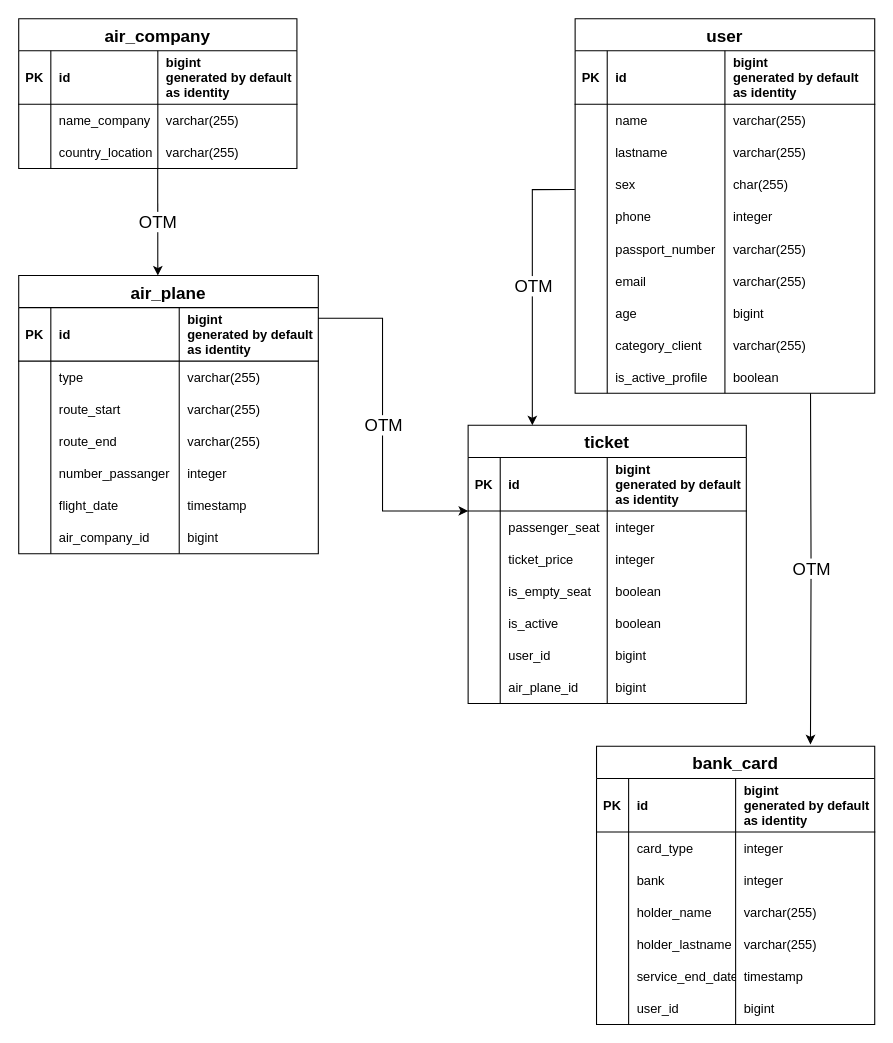
The draw.io diagram Untitled Diagram.drawio in anomalmishka/myProject, before the edit. Source tidied: cells renumbered, new cells numbered last; positions are measured from the earlier drawing's top-left corner, leaving out a move shared by most shapes. Both pictures are drawn from the tidied source at 107%, with x=0, y=0 at pixel (18, 18).
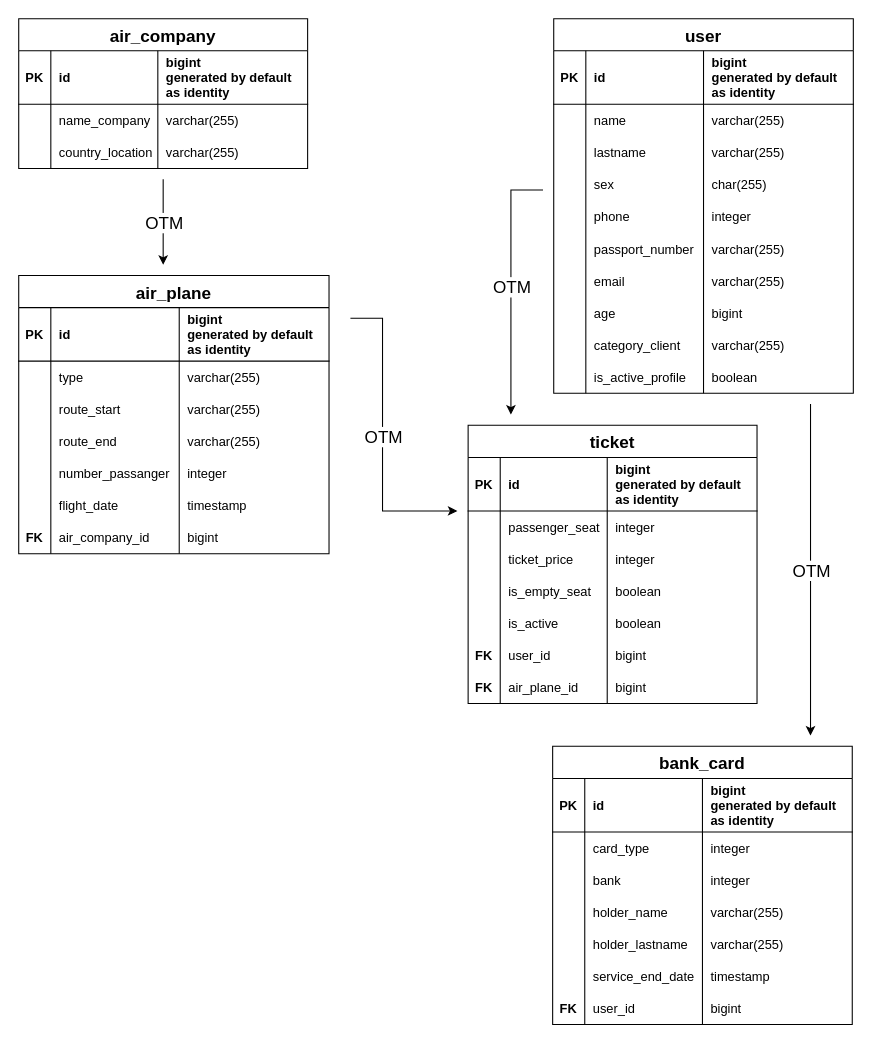
The same page after the edit.

The change refers to these unchanged cells:
```xml
<mxCell id="15" style="shape=partialRectangle;fillColor=none;points=[[0,0.5],[1,0.5]];portConstraint=eastwest;top=0;left=0;right=0;bottom=0;" parent="2" vertex="1">
  <mxGeometry y="140" width="280" height="30" as="geometry" />
</mxCell>
```

Change to the diagram source:
```diff
@@
     <mxCell id="2" value="user" style="shape=table;startSize=30;childLayout=tableLayout;rowLines=0;fontStyle=1;align=center;fontSize=16;" parent="1" vertex="1">
-      <mxGeometry x="520" width="280" height="350" as="geometry" />
+      <mxGeometry x="500" width="280" height="350" as="geometry" />
     </mxCell>
@@
     <mxCell id="43" value="ticket" style="shape=table;startSize=30;childLayout=tableLayout;rowLines=0;fontStyle=1;align=center;fontSize=16;spacing=2;" parent="1" vertex="1">
-      <mxGeometry x="420" y="380" width="260" height="260" as="geometry" />
+      <mxGeometry x="420" y="380" width="270" height="260" as="geometry" />
     </mxCell>
     <mxCell id="44" style="shape=partialRectangle;fillColor=none;top=0;left=0;right=0;bottom=1;" parent="43" vertex="1">
-      <mxGeometry y="30" width="260" height="50" as="geometry" />
+      <mxGeometry y="30" width="270" height="50" as="geometry" />
     </mxCell>
@@
     <mxCell id="47" value="bigint &#10;generated by default &#10;as identity" style="shape=partialRectangle;overflow=hidden;fillColor=none;top=0;left=0;bottom=0;right=0;align=left;spacingLeft=6;fontStyle=1;spacing=2;" parent="44" vertex="1">
-      <mxGeometry x="130" width="130" height="50" as="geometry" />
+      <mxGeometry x="130" width="140" height="50" as="geometry" />
     </mxCell>
     <mxCell id="48" style="shape=partialRectangle;fillColor=none;points=[[0,0.5],[1,0.5]];portConstraint=eastwest;top=0;left=0;right=0;bottom=0;" parent="43" vertex="1">
-      <mxGeometry y="80" width="260" height="30" as="geometry" />
+      <mxGeometry y="80" width="270" height="30" as="geometry" />
     </mxCell>
@@
     <mxCell id="51" value="integer" style="shape=partialRectangle;overflow=hidden;fillColor=none;top=0;left=0;bottom=0;right=0;align=left;spacingLeft=6;fontStyle=0;" parent="48" vertex="1">
-      <mxGeometry x="130" width="130" height="30" as="geometry" />
+      <mxGeometry x="130" width="140" height="30" as="geometry" />
     </mxCell>
     <mxCell id="52" style="shape=partialRectangle;fillColor=none;top=0;left=0;right=0;bottom=0;" parent="43" vertex="1">
-      <mxGeometry y="110" width="260" height="30" as="geometry" />
+      <mxGeometry y="110" width="270" height="30" as="geometry" />
     </mxCell>
@@
     <mxCell id="55" value="integer" style="shape=partialRectangle;overflow=hidden;fillColor=none;top=0;left=0;bottom=0;right=0;align=left;spacingLeft=6;" parent="52" vertex="1">
-      <mxGeometry x="130" width="130" height="30" as="geometry" />
+      <mxGeometry x="130" width="140" height="30" as="geometry" />
     </mxCell>
     <mxCell id="56" style="shape=partialRectangle;fillColor=none;top=0;left=0;right=0;bottom=0;" parent="43" vertex="1">
-      <mxGeometry y="140" width="260" height="30" as="geometry" />
+      <mxGeometry y="140" width="270" height="30" as="geometry" />
     </mxCell>
@@
     <mxCell id="59" value="boolean" style="shape=partialRectangle;overflow=hidden;fillColor=none;top=0;left=0;bottom=0;right=0;align=left;spacingLeft=6;" parent="56" vertex="1">
-      <mxGeometry x="130" width="130" height="30" as="geometry" />
+      <mxGeometry x="130" width="140" height="30" as="geometry" />
     </mxCell>
     <mxCell id="60" style="shape=partialRectangle;fillColor=none;top=0;left=0;right=0;bottom=0;" parent="43" vertex="1">
-      <mxGeometry y="170" width="260" height="30" as="geometry" />
+      <mxGeometry y="170" width="270" height="30" as="geometry" />
     </mxCell>
@@
     <mxCell id="63" value="boolean" style="shape=partialRectangle;overflow=hidden;fillColor=none;top=0;left=0;bottom=0;right=0;align=left;spacingLeft=6;" parent="60" vertex="1">
-      <mxGeometry x="130" width="130" height="30" as="geometry" />
+      <mxGeometry x="130" width="140" height="30" as="geometry" />
     </mxCell>
     <mxCell id="64" style="shape=partialRectangle;fillColor=none;top=0;left=0;right=0;bottom=0;" parent="43" vertex="1">
-      <mxGeometry y="200" width="260" height="30" as="geometry" />
+      <mxGeometry y="200" width="270" height="30" as="geometry" />
     </mxCell>
-    <mxCell id="65" style="shape=partialRectangle;overflow=hidden;fillColor=none;top=0;left=0;bottom=0;right=0;" parent="64" vertex="1">
+    <mxCell id="65" value="FK" style="shape=partialRectangle;overflow=hidden;fillColor=none;top=0;left=0;bottom=0;right=0;fontStyle=1;" parent="64" vertex="1">
       <mxGeometry width="30" height="30" as="geometry" />
     </mxCell>
@@
     <mxCell id="67" value="bigint" style="shape=partialRectangle;overflow=hidden;fillColor=none;top=0;left=0;bottom=0;right=0;align=left;spacingLeft=6;" parent="64" vertex="1">
-      <mxGeometry x="130" width="130" height="30" as="geometry" />
+      <mxGeometry x="130" width="140" height="30" as="geometry" />
     </mxCell>
     <mxCell id="68" style="shape=partialRectangle;fillColor=none;top=0;left=0;right=0;bottom=0;" parent="43" vertex="1">
-      <mxGeometry y="230" width="260" height="30" as="geometry" />
+      <mxGeometry y="230" width="270" height="30" as="geometry" />
     </mxCell>
-    <mxCell id="69" style="shape=partialRectangle;overflow=hidden;fillColor=none;top=0;left=0;bottom=0;right=0;" parent="68" vertex="1">
+    <mxCell id="69" value="FK" style="shape=partialRectangle;overflow=hidden;fillColor=none;top=0;left=0;bottom=0;right=0;fontStyle=1;" parent="68" vertex="1">
       <mxGeometry width="30" height="30" as="geometry" />
     </mxCell>
@@
     <mxCell id="71" value="bigint" style="shape=partialRectangle;overflow=hidden;fillColor=none;top=0;left=0;bottom=0;right=0;align=left;spacingLeft=6;" parent="68" vertex="1">
-      <mxGeometry x="130" width="130" height="30" as="geometry" />
+      <mxGeometry x="130" width="140" height="30" as="geometry" />
     </mxCell>
     <mxCell id="72" value="bank_card" style="shape=table;startSize=30;childLayout=tableLayout;rowLines=0;fontStyle=1;align=center;fontSize=16;spacing=2;" parent="1" vertex="1">
-      <mxGeometry x="540" y="680" width="260" height="260" as="geometry" />
+      <mxGeometry x="499" y="680" width="280" height="260" as="geometry" />
     </mxCell>
     <mxCell id="73" style="shape=partialRectangle;fillColor=none;top=0;left=0;right=0;bottom=1;" parent="72" vertex="1">
-      <mxGeometry y="30" width="260" height="50" as="geometry" />
+      <mxGeometry y="30" width="280" height="50" as="geometry" />
     </mxCell>
@@
     <mxCell id="75" value="id" style="shape=partialRectangle;overflow=hidden;fillColor=none;top=0;left=0;bottom=0;right=0;align=left;spacingLeft=6;fontStyle=1;" parent="73" vertex="1">
-      <mxGeometry x="30" width="100" height="50" as="geometry" />
+      <mxGeometry x="30" width="110" height="50" as="geometry" />
     </mxCell>
     <mxCell id="76" value="bigint &#10;generated by default &#10;as identity" style="shape=partialRectangle;overflow=hidden;fillColor=none;top=0;left=0;bottom=0;right=0;align=left;spacingLeft=6;fontStyle=1;spacing=2;" parent="73" vertex="1">
-      <mxGeometry x="130" width="130" height="50" as="geometry" />
+      <mxGeometry x="140" width="140" height="50" as="geometry" />
     </mxCell>
     <mxCell id="77" style="shape=partialRectangle;fillColor=none;top=0;left=0;right=0;bottom=0;" parent="72" vertex="1">
-      <mxGeometry y="80" width="260" height="30" as="geometry" />
+      <mxGeometry y="80" width="280" height="30" as="geometry" />
     </mxCell>
@@
     <mxCell id="79" value="card_type" style="shape=partialRectangle;overflow=hidden;fillColor=none;top=0;left=0;bottom=0;right=0;align=left;spacingLeft=6;fontStyle=0;" parent="77" vertex="1">
-      <mxGeometry x="30" width="100" height="30" as="geometry" />
+      <mxGeometry x="30" width="110" height="30" as="geometry" />
     </mxCell>
     <mxCell id="80" value="integer" style="shape=partialRectangle;overflow=hidden;fillColor=none;top=0;left=0;bottom=0;right=0;align=left;spacingLeft=6;fontStyle=0;" parent="77" vertex="1">
-      <mxGeometry x="130" width="130" height="30" as="geometry" />
+      <mxGeometry x="140" width="140" height="30" as="geometry" />
     </mxCell>
     <mxCell id="81" style="shape=partialRectangle;fillColor=none;top=0;left=0;right=0;bottom=0;" parent="72" vertex="1">
-      <mxGeometry y="110" width="260" height="30" as="geometry" />
+      <mxGeometry y="110" width="280" height="30" as="geometry" />
     </mxCell>
@@
     <mxCell id="83" value="bank" style="shape=partialRectangle;overflow=hidden;fillColor=none;top=0;left=0;bottom=0;right=0;align=left;spacingLeft=6;" parent="81" vertex="1">
-      <mxGeometry x="30" width="100" height="30" as="geometry" />
+      <mxGeometry x="30" width="110" height="30" as="geometry" />
     </mxCell>
     <mxCell id="84" value="integer" style="shape=partialRectangle;overflow=hidden;fillColor=none;top=0;left=0;bottom=0;right=0;align=left;spacingLeft=6;" parent="81" vertex="1">
-      <mxGeometry x="130" width="130" height="30" as="geometry" />
+      <mxGeometry x="140" width="140" height="30" as="geometry" />
     </mxCell>
     <mxCell id="85" style="shape=partialRectangle;fillColor=none;top=0;left=0;right=0;bottom=0;" parent="72" vertex="1">
-      <mxGeometry y="140" width="260" height="30" as="geometry" />
+      <mxGeometry y="140" width="280" height="30" as="geometry" />
     </mxCell>
@@
     <mxCell id="87" value="holder_name" style="shape=partialRectangle;overflow=hidden;fillColor=none;top=0;left=0;bottom=0;right=0;align=left;spacingLeft=6;" parent="85" vertex="1">
-      <mxGeometry x="30" width="100" height="30" as="geometry" />
+      <mxGeometry x="30" width="110" height="30" as="geometry" />
     </mxCell>
     <mxCell id="88" value="varchar(255)" style="shape=partialRectangle;overflow=hidden;fillColor=none;top=0;left=0;bottom=0;right=0;align=left;spacingLeft=6;" parent="85" vertex="1">
-      <mxGeometry x="130" width="130" height="30" as="geometry" />
+      <mxGeometry x="140" width="140" height="30" as="geometry" />
     </mxCell>
     <mxCell id="89" style="shape=partialRectangle;fillColor=none;top=0;left=0;right=0;bottom=0;" parent="72" vertex="1">
-      <mxGeometry y="170" width="260" height="30" as="geometry" />
+      <mxGeometry y="170" width="280" height="30" as="geometry" />
     </mxCell>
@@
     <mxCell id="91" value="holder_lastname" style="shape=partialRectangle;overflow=hidden;fillColor=none;top=0;left=0;bottom=0;right=0;align=left;spacingLeft=6;" parent="89" vertex="1">
-      <mxGeometry x="30" width="100" height="30" as="geometry" />
+      <mxGeometry x="30" width="110" height="30" as="geometry" />
     </mxCell>
     <mxCell id="92" value="varchar(255)" style="shape=partialRectangle;overflow=hidden;fillColor=none;top=0;left=0;bottom=0;right=0;align=left;spacingLeft=6;" parent="89" vertex="1">
-      <mxGeometry x="130" width="130" height="30" as="geometry" />
+      <mxGeometry x="140" width="140" height="30" as="geometry" />
     </mxCell>
     <mxCell id="93" style="shape=partialRectangle;fillColor=none;top=0;left=0;right=0;bottom=0;" parent="72" vertex="1">
-      <mxGeometry y="200" width="260" height="30" as="geometry" />
+      <mxGeometry y="200" width="280" height="30" as="geometry" />
     </mxCell>
@@
     <mxCell id="95" value="service_end_date" style="shape=partialRectangle;overflow=hidden;fillColor=none;top=0;left=0;bottom=0;right=0;align=left;spacingLeft=6;" parent="93" vertex="1">
-      <mxGeometry x="30" width="100" height="30" as="geometry" />
+      <mxGeometry x="30" width="110" height="30" as="geometry" />
     </mxCell>
     <mxCell id="96" value="timestamp" style="shape=partialRectangle;overflow=hidden;fillColor=none;top=0;left=0;bottom=0;right=0;align=left;spacingLeft=6;" parent="93" vertex="1">
-      <mxGeometry x="130" width="130" height="30" as="geometry" />
+      <mxGeometry x="140" width="140" height="30" as="geometry" />
     </mxCell>
     <mxCell id="97" style="shape=partialRectangle;fillColor=none;top=0;left=0;right=0;bottom=0;" parent="72" vertex="1">
-      <mxGeometry y="230" width="260" height="30" as="geometry" />
+      <mxGeometry y="230" width="280" height="30" as="geometry" />
     </mxCell>
-    <mxCell id="98" style="shape=partialRectangle;overflow=hidden;fillColor=none;top=0;left=0;bottom=0;right=0;" parent="97" vertex="1">
+    <mxCell id="98" value="FK" style="shape=partialRectangle;overflow=hidden;fillColor=none;top=0;left=0;bottom=0;right=0;fontStyle=1;" parent="97" vertex="1">
       <mxGeometry width="30" height="30" as="geometry" />
     </mxCell>
     <mxCell id="99" value="user_id" style="shape=partialRectangle;overflow=hidden;fillColor=none;top=0;left=0;bottom=0;right=0;align=left;spacingLeft=6;" parent="97" vertex="1">
-      <mxGeometry x="30" width="100" height="30" as="geometry" />
+      <mxGeometry x="30" width="110" height="30" as="geometry" />
     </mxCell>
     <mxCell id="100" value="bigint" style="shape=partialRectangle;overflow=hidden;fillColor=none;top=0;left=0;bottom=0;right=0;align=left;spacingLeft=6;" parent="97" vertex="1">
-      <mxGeometry x="130" width="130" height="30" as="geometry" />
+      <mxGeometry x="140" width="140" height="30" as="geometry" />
     </mxCell>
-    <mxCell id="101" style="endArrow=classic;html=1;rounded=0;fontSize=16;edgeStyle=orthogonalEdgeStyle;entryX=0.769;entryY=-0.007;entryDx=0;entryDy=0;entryPerimeter=0;" parent="1" edge="1" target="72">
+    <mxCell id="101" style="endArrow=classic;html=1;rounded=0;fontSize=16;edgeStyle=orthogonalEdgeStyle;" parent="1" edge="1">
       <mxGeometry relative="1" as="geometry">
-        <mxPoint x="740" y="350" as="sourcePoint" />
+        <mxPoint x="740" y="360" as="sourcePoint" />
+        <mxPoint x="740" y="670" as="targetPoint" />
+        <Array as="points">
+          <mxPoint x="740" y="360" />
+          <mxPoint x="740" y="350" />
+        </Array>
       </mxGeometry>
     </mxCell>
@@
-    <mxCell id="103" style="endArrow=classic;html=1;rounded=0;fontSize=16;edgeStyle=orthogonalEdgeStyle;exitX=-0.001;exitY=0.656;exitDx=0;exitDy=0;exitPerimeter=0;" parent="1" edge="1" source="15">
+    <mxCell id="103" style="endArrow=classic;html=1;rounded=0;fontSize=16;edgeStyle=orthogonalEdgeStyle;" parent="1" edge="1">
       <mxGeometry relative="1" as="geometry">
-        <mxPoint x="480" y="380" as="targetPoint" />
+        <mxPoint x="490" y="160" as="sourcePoint" />
+        <mxPoint x="460" y="370" as="targetPoint" />
         <Array as="points">
-          <mxPoint x="480" y="160" />
-          <mxPoint x="480" y="380" />
+          <mxPoint x="460" y="160" />
         </Array>
       </mxGeometry>
     </mxCell>
@@
     <mxCell id="105" value="air_company" style="shape=table;startSize=30;childLayout=tableLayout;rowLines=0;fontStyle=1;align=center;fontSize=16;spacing=2;" parent="1" vertex="1">
-      <mxGeometry width="260" height="140" as="geometry" />
+      <mxGeometry width="270" height="140" as="geometry" />
     </mxCell>
     <mxCell id="106" style="shape=partialRectangle;fillColor=none;top=0;left=0;right=0;bottom=1;" parent="105" vertex="1">
-      <mxGeometry y="30" width="260" height="50" as="geometry" />
+      <mxGeometry y="30" width="270" height="50" as="geometry" />
     </mxCell>
@@
     <mxCell id="109" value="bigint &#10;generated by default &#10;as identity" style="shape=partialRectangle;overflow=hidden;fillColor=none;top=0;left=0;bottom=0;right=0;align=left;spacingLeft=6;fontStyle=1;spacing=2;" parent="106" vertex="1">
-      <mxGeometry x="130" width="130" height="50" as="geometry" />
+      <mxGeometry x="130" width="140" height="50" as="geometry" />
     </mxCell>
     <mxCell id="110" style="shape=partialRectangle;fillColor=none;top=0;left=0;right=0;bottom=0;" parent="105" vertex="1">
-      <mxGeometry y="80" width="260" height="30" as="geometry" />
+      <mxGeometry y="80" width="270" height="30" as="geometry" />
     </mxCell>
@@
     <mxCell id="113" value="varchar(255)" style="shape=partialRectangle;overflow=hidden;fillColor=none;top=0;left=0;bottom=0;right=0;align=left;spacingLeft=6;fontStyle=0;" parent="110" vertex="1">
-      <mxGeometry x="130" width="130" height="30" as="geometry" />
+      <mxGeometry x="130" width="140" height="30" as="geometry" />
     </mxCell>
     <mxCell id="114" style="shape=partialRectangle;fillColor=none;top=0;left=0;right=0;bottom=0;" parent="105" vertex="1">
-      <mxGeometry y="110" width="260" height="30" as="geometry" />
+      <mxGeometry y="110" width="270" height="30" as="geometry" />
     </mxCell>
@@
     <mxCell id="117" value="varchar(255)" style="shape=partialRectangle;overflow=hidden;fillColor=none;top=0;left=0;bottom=0;right=0;align=left;spacingLeft=6;" parent="114" vertex="1">
-      <mxGeometry x="130" width="130" height="30" as="geometry" />
+      <mxGeometry x="130" width="140" height="30" as="geometry" />
     </mxCell>
     <mxCell id="118" style="endArrow=classic;html=1;rounded=0;fontSize=16;edgeStyle=orthogonalEdgeStyle;" parent="1" edge="1">
       <mxGeometry relative="1" as="geometry">
-        <mxPoint x="129.9" y="140" as="sourcePoint" />
-        <mxPoint x="130" y="240" as="targetPoint" />
+        <mxPoint x="135" y="150" as="sourcePoint" />
+        <mxPoint x="135" y="230" as="targetPoint" />
         <Array as="points">
-          <mxPoint x="129.9" y="140" />
-          <mxPoint x="129.9" y="360" />
+          <mxPoint x="134.7" y="150" />
+          <mxPoint x="134.7" y="370" />
         </Array>
       </mxGeometry>
     </mxCell>
@@
     <mxCell id="120" value="air_plane" style="shape=table;startSize=30;childLayout=tableLayout;rowLines=0;fontStyle=1;align=center;fontSize=16;spacing=2;" parent="1" vertex="1">
-      <mxGeometry y="240" width="280" height="260" as="geometry" />
+      <mxGeometry y="240" width="290" height="260" as="geometry" />
     </mxCell>
     <mxCell id="121" style="shape=partialRectangle;fillColor=none;points=[[0,0.5],[1,0.5]];portConstraint=eastwest;top=0;left=0;right=0;bottom=1;" parent="120" vertex="1">
-      <mxGeometry y="30" width="280" height="50" as="geometry" />
+      <mxGeometry y="30" width="290" height="50" as="geometry" />
     </mxCell>
@@
     <mxCell id="124" value="bigint &#10;generated by default &#10;as identity" style="shape=partialRectangle;overflow=hidden;fillColor=none;top=0;left=0;bottom=0;right=0;align=left;spacingLeft=6;fontStyle=1;spacing=2;" parent="121" vertex="1">
-      <mxGeometry x="150" width="130" height="50" as="geometry" />
+      <mxGeometry x="150" width="140" height="50" as="geometry" />
     </mxCell>
     <mxCell id="125" style="shape=partialRectangle;fillColor=none;top=0;left=0;right=0;bottom=0;" parent="120" vertex="1">
-      <mxGeometry y="80" width="280" height="30" as="geometry" />
+      <mxGeometry y="80" width="290" height="30" as="geometry" />
     </mxCell>
@@
     <mxCell id="128" value="varchar(255)" style="shape=partialRectangle;overflow=hidden;fillColor=none;top=0;left=0;bottom=0;right=0;align=left;spacingLeft=6;fontStyle=0;" parent="125" vertex="1">
-      <mxGeometry x="150" width="130" height="30" as="geometry" />
+      <mxGeometry x="150" width="140" height="30" as="geometry" />
     </mxCell>
     <mxCell id="129" style="shape=partialRectangle;fillColor=none;top=0;left=0;right=0;bottom=0;" parent="120" vertex="1">
-      <mxGeometry y="110" width="280" height="30" as="geometry" />
+      <mxGeometry y="110" width="290" height="30" as="geometry" />
     </mxCell>
@@
     <mxCell id="132" value="varchar(255)" style="shape=partialRectangle;overflow=hidden;fillColor=none;top=0;left=0;bottom=0;right=0;align=left;spacingLeft=6;" parent="129" vertex="1">
-      <mxGeometry x="150" width="130" height="30" as="geometry" />
+      <mxGeometry x="150" width="140" height="30" as="geometry" />
     </mxCell>
     <mxCell id="133" style="shape=partialRectangle;fillColor=none;top=0;left=0;right=0;bottom=0;" parent="120" vertex="1">
-      <mxGeometry y="140" width="280" height="30" as="geometry" />
+      <mxGeometry y="140" width="290" height="30" as="geometry" />
     </mxCell>
@@
     <mxCell id="136" value="varchar(255)" style="shape=partialRectangle;overflow=hidden;fillColor=none;top=0;left=0;bottom=0;right=0;align=left;spacingLeft=6;" parent="133" vertex="1">
-      <mxGeometry x="150" width="130" height="30" as="geometry" />
+      <mxGeometry x="150" width="140" height="30" as="geometry" />
     </mxCell>
     <mxCell id="137" style="shape=partialRectangle;fillColor=none;top=0;left=0;right=0;bottom=0;" parent="120" vertex="1">
-      <mxGeometry y="170" width="280" height="30" as="geometry" />
+      <mxGeometry y="170" width="290" height="30" as="geometry" />
     </mxCell>
@@
     <mxCell id="140" value="integer" style="shape=partialRectangle;overflow=hidden;fillColor=none;top=0;left=0;bottom=0;right=0;align=left;spacingLeft=6;" parent="137" vertex="1">
-      <mxGeometry x="150" width="130" height="30" as="geometry" />
+      <mxGeometry x="150" width="140" height="30" as="geometry" />
     </mxCell>
     <mxCell id="141" style="shape=partialRectangle;fillColor=none;top=0;left=0;right=0;bottom=0;" parent="120" vertex="1">
-      <mxGeometry y="200" width="280" height="30" as="geometry" />
+      <mxGeometry y="200" width="290" height="30" as="geometry" />
     </mxCell>
@@
     <mxCell id="144" value="timestamp" style="shape=partialRectangle;overflow=hidden;fillColor=none;top=0;left=0;bottom=0;right=0;align=left;spacingLeft=6;" parent="141" vertex="1">
-      <mxGeometry x="150" width="130" height="30" as="geometry" />
+      <mxGeometry x="150" width="140" height="30" as="geometry" />
     </mxCell>
     <mxCell id="145" style="shape=partialRectangle;fillColor=none;top=0;left=0;right=0;bottom=0;" parent="120" vertex="1">
-      <mxGeometry y="230" width="280" height="30" as="geometry" />
+      <mxGeometry y="230" width="290" height="30" as="geometry" />
     </mxCell>
-    <mxCell id="146" style="shape=partialRectangle;overflow=hidden;fillColor=none;top=0;left=0;bottom=0;right=0;" parent="145" vertex="1">
+    <mxCell id="146" value="FK" style="shape=partialRectangle;overflow=hidden;fillColor=none;top=0;left=0;bottom=0;right=0;fontStyle=1;" parent="145" vertex="1">
       <mxGeometry width="30" height="30" as="geometry" />
     </mxCell>
@@
     <mxCell id="148" value="bigint" style="shape=partialRectangle;overflow=hidden;fillColor=none;top=0;left=0;bottom=0;right=0;align=left;spacingLeft=6;" parent="145" vertex="1">
-      <mxGeometry x="150" width="130" height="30" as="geometry" />
+      <mxGeometry x="150" width="140" height="30" as="geometry" />
     </mxCell>
-    <mxCell id="149" style="endArrow=classic;html=1;rounded=0;fontSize=16;edgeStyle=orthogonalEdgeStyle;entryX=0;entryY=0;entryDx=0;entryDy=0;entryPerimeter=0;exitX=0.999;exitY=0.197;exitDx=0;exitDy=0;exitPerimeter=0;" parent="1" edge="1" source="121" target="48">
+    <mxCell id="149" style="endArrow=classic;html=1;rounded=0;fontSize=16;edgeStyle=orthogonalEdgeStyle;" parent="1" edge="1">
       <mxGeometry relative="1" as="geometry">
+        <mxPoint x="310" y="280" as="sourcePoint" />
+        <mxPoint x="410" y="460" as="targetPoint" />
         <Array as="points">
           <mxPoint x="340" y="280" />
           <mxPoint x="340" y="460" />
         </Array>
       </mxGeometry>
     </mxCell>
```
